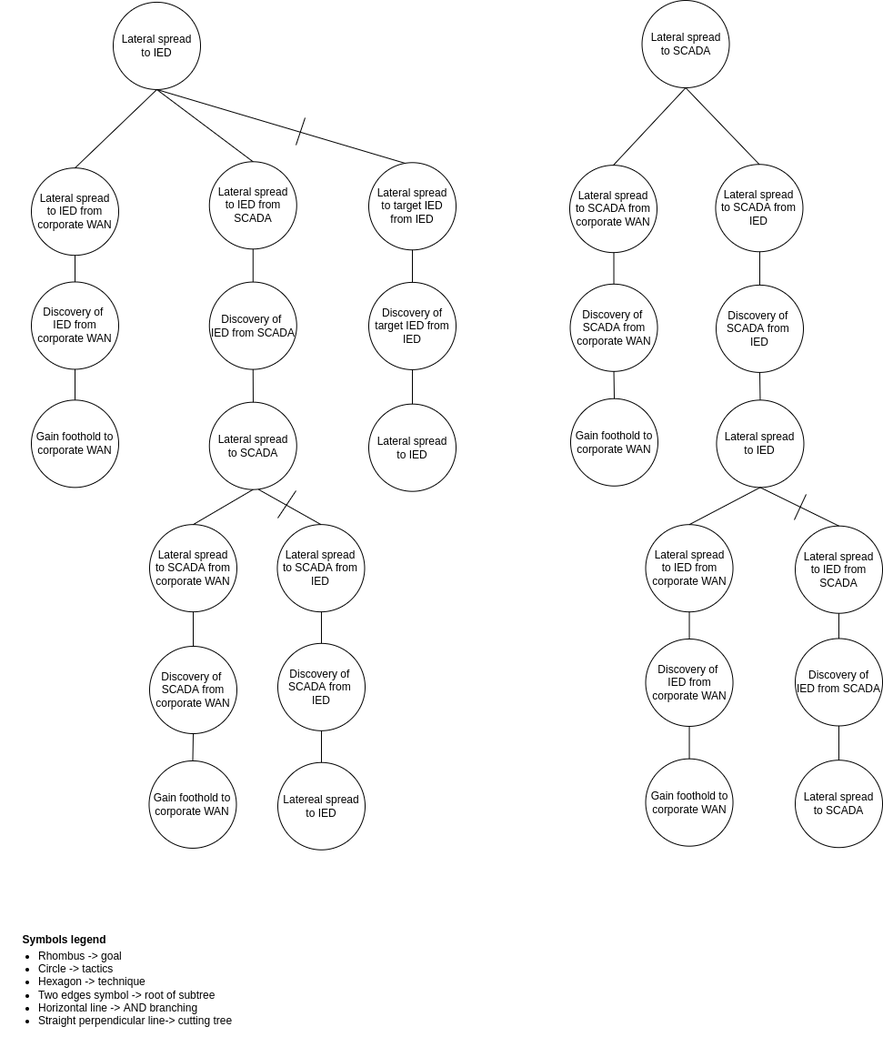
Above: drawIO_trees/solution_5_helper_trees_faulty_1.drawio.png in mihaelM/Attack_trees (draw.io), before the change. Source tidied: cells renumbered, new cells last; positions are measured from the earlier drawing's top-left corner, leaving out a move shared by most shapes.
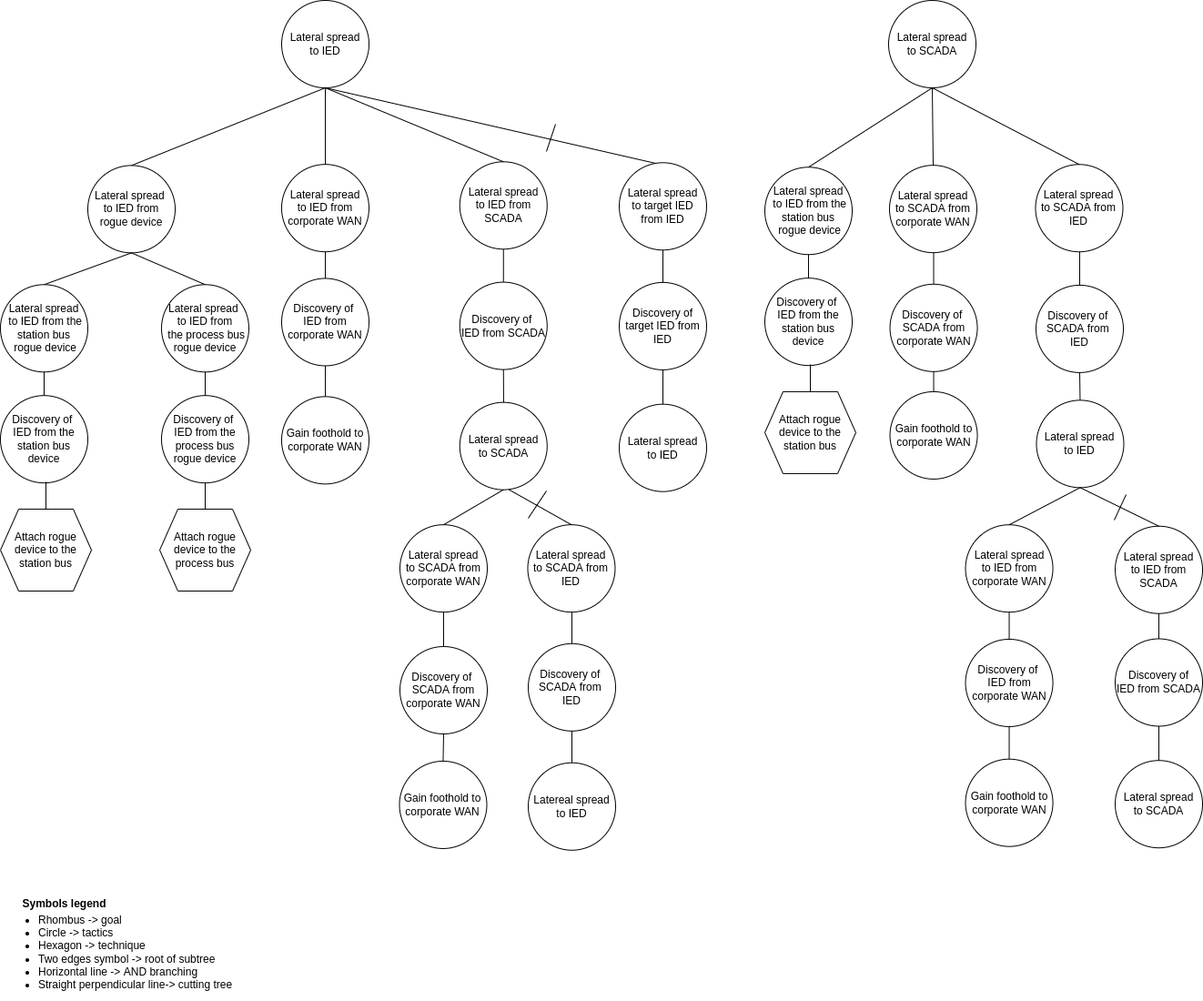
Above is the later version.

What changed in the source:
```diff
@@ -3,31 +3,31 @@
     <mxCell id="0" />
     <mxCell id="1" parent="0" />
     <mxCell id="2" value="&lt;font style=&quot;font-size: 12px&quot;&gt;Symbols legend&lt;/font&gt;" style="text;strokeColor=none;fillColor=none;html=1;fontSize=24;fontStyle=1;verticalAlign=middle;align=center;" parent="1" vertex="1">
-      <mxGeometry x="20" y="1009" width="100" height="40" as="geometry" />
+      <mxGeometry x="-255" y="969" width="100" height="40" as="geometry" />
     </mxCell>
     <mxCell id="3" value="&lt;ul&gt;&lt;li&gt;&lt;span&gt;Rhombus -&amp;gt; goal&lt;/span&gt;&lt;/li&gt;&lt;li&gt;&lt;span&gt;Circle -&amp;gt; tactics&lt;/span&gt;&lt;br&gt;&lt;/li&gt;&lt;li&gt;Hexagon -&amp;gt; technique&lt;/li&gt;&lt;li&gt;Two edges symbol -&amp;gt; root of subtree&lt;/li&gt;&lt;li&gt;Horizontal line -&amp;gt; AND branching&lt;/li&gt;&lt;li&gt;Straight perpendicular line-&amp;gt; cutting tree&lt;/li&gt;&lt;/ul&gt;" style="text;strokeColor=none;fillColor=none;html=1;whiteSpace=wrap;verticalAlign=middle;overflow=hidden;fontSize=12;" parent="1" vertex="1">
-      <mxGeometry y="1029" width="260" height="110" as="geometry" />
+      <mxGeometry x="-275" y="989" width="260" height="110" as="geometry" />
     </mxCell>
     <mxCell id="4" style="endArrow=none;html=1;rounded=0;exitX=0.5;exitY=0;exitDx=0;exitDy=0;" parent="1" edge="1" source="6" target="5">
       <mxGeometry relative="1" as="geometry" />
     </mxCell>
     <mxCell id="5" value="Lateral spread&lt;br&gt;to IED from corporate WAN" style="ellipse;whiteSpace=wrap;html=1;" parent="1" vertex="1">
-      <mxGeometry x="34" y="184.2" width="96" height="96" as="geometry" />
+      <mxGeometry x="34" y="180.2" width="96" height="96" as="geometry" />
     </mxCell>
     <mxCell id="6" value="Discovery of &lt;br&gt;IED from corporate WAN" style="ellipse;whiteSpace=wrap;html=1;" parent="1" vertex="1">
-      <mxGeometry x="34" y="309.5" width="96" height="96" as="geometry" />
+      <mxGeometry x="34" y="305.5" width="96" height="96" as="geometry" />
     </mxCell>
     <mxCell id="7" style="endArrow=none;html=1;rounded=0;entryX=0.5;entryY=1;entryDx=0;entryDy=0;" parent="1" edge="1" source="8" target="6">
       <mxGeometry relative="1" as="geometry" />
     </mxCell>
     <mxCell id="8" value="Gain foothold to corporate WAN" style="ellipse;whiteSpace=wrap;html=1;" parent="1" vertex="1">
-      <mxGeometry x="34" y="439.4" width="96" height="96" as="geometry" />
+      <mxGeometry x="34" y="435.4" width="96" height="96" as="geometry" />
     </mxCell>
     <mxCell id="9" style="endArrow=none;html=1;rounded=0;exitX=0.5;exitY=1;exitDx=0;exitDy=0;entryX=0.5;entryY=0;entryDx=0;entryDy=0;" parent="1" edge="1" source="10" target="5">
       <mxGeometry relative="1" as="geometry" />
     </mxCell>
     <mxCell id="10" value="Lateral spread&lt;br&gt;to IED" style="ellipse;whiteSpace=wrap;html=1;" parent="1" vertex="1">
-      <mxGeometry x="124" y="1.9" width="96" height="96" as="geometry" />
+      <mxGeometry x="34" width="96" height="96" as="geometry" />
     </mxCell>
     <mxCell id="11" style="endArrow=none;html=1;rounded=0;exitX=0.5;exitY=0;exitDx=0;exitDy=0;" parent="1" edge="1" source="13" target="12">
       <mxGeometry relative="1" as="geometry" />
@@ -65,37 +65,37 @@
     </mxCell>
     <mxCell id="21" style="endArrow=none;html=1;rounded=0;" parent="1" edge="1" source="23">
       <mxGeometry relative="1" as="geometry">
-        <mxPoint x="674.5" y="273" as="targetPoint" />
+        <mxPoint x="750.5" y="273" as="targetPoint" />
       </mxGeometry>
     </mxCell>
     <mxCell id="22" value="Lateral spread&lt;br&gt;to SCADA from corporate WAN" style="ellipse;whiteSpace=wrap;html=1;" parent="1" vertex="1">
-      <mxGeometry x="626" y="181.2" width="96" height="96" as="geometry" />
+      <mxGeometry x="702" y="181.2" width="96" height="96" as="geometry" />
     </mxCell>
     <mxCell id="23" value="Discovery of &lt;br&gt;SCADA from corporate WAN" style="ellipse;whiteSpace=wrap;html=1;" parent="1" vertex="1">
-      <mxGeometry x="626.5" y="311.8" width="96" height="96" as="geometry" />
+      <mxGeometry x="702.5" y="311.8" width="96" height="96" as="geometry" />
     </mxCell>
     <mxCell id="24" style="endArrow=none;html=1;rounded=0;entryX=0.5;entryY=1;entryDx=0;entryDy=0;exitX=0.5;exitY=0;exitDx=0;exitDy=0;" parent="1" edge="1" source="25" target="23">
       <mxGeometry relative="1" as="geometry" />
     </mxCell>
     <mxCell id="25" value="Gain foothold to corporate WAN" style="ellipse;whiteSpace=wrap;html=1;" parent="1" vertex="1">
-      <mxGeometry x="627" y="437.8" width="96" height="96" as="geometry" />
+      <mxGeometry x="702.5" y="430" width="96" height="96" as="geometry" />
     </mxCell>
     <mxCell id="26" value="Lateral spread&lt;br&gt;to SCADA" style="ellipse;whiteSpace=wrap;html=1;" parent="1" vertex="1">
-      <mxGeometry x="705.5" width="96" height="96" as="geometry" />
+      <mxGeometry x="701" width="96" height="96" as="geometry" />
     </mxCell>
     <mxCell id="27" style="endArrow=none;html=1;rounded=0;entryX=0.5;entryY=0;entryDx=0;entryDy=0;exitX=0.5;exitY=1;exitDx=0;exitDy=0;" parent="1" edge="1" source="26" target="22">
       <mxGeometry relative="1" as="geometry" />
     </mxCell>
     <mxCell id="28" style="endArrow=none;html=1;rounded=0;" parent="1" edge="1" source="30">
       <mxGeometry relative="1" as="geometry">
-        <mxPoint x="835" y="255.1" as="targetPoint" />
+        <mxPoint x="911" y="255.1" as="targetPoint" />
       </mxGeometry>
     </mxCell>
     <mxCell id="29" value="Lateral spread&lt;br&gt;to SCADA from IED" style="ellipse;whiteSpace=wrap;html=1;" parent="1" vertex="1">
-      <mxGeometry x="786.5" y="180.2" width="96" height="96" as="geometry" />
+      <mxGeometry x="862.5" y="180.2" width="96" height="96" as="geometry" />
     </mxCell>
     <mxCell id="30" value="Discovery of &lt;br&gt;SCADA from &lt;br&gt;IED" style="ellipse;whiteSpace=wrap;html=1;" parent="1" vertex="1">
-      <mxGeometry x="787" y="312.9" width="96" height="96" as="geometry" />
+      <mxGeometry x="863" y="312.9" width="96" height="96" as="geometry" />
     </mxCell>
     <mxCell id="31" style="endArrow=none;html=1;rounded=0;entryX=0.5;entryY=0;entryDx=0;entryDy=0;exitX=0.5;exitY=1;exitDx=0;exitDy=0;" parent="1" edge="1" source="26" target="29">
       <mxGeometry relative="1" as="geometry" />
@@ -104,16 +104,16 @@
       <mxGeometry relative="1" as="geometry" />
     </mxCell>
     <mxCell id="33" value="Discovery of &lt;br&gt;IED from corporate WAN" style="ellipse;whiteSpace=wrap;html=1;" parent="1" vertex="1">
-      <mxGeometry x="709.5" y="702" width="96" height="96" as="geometry" />
+      <mxGeometry x="785.5" y="702" width="96" height="96" as="geometry" />
     </mxCell>
     <mxCell id="34" style="endArrow=none;html=1;rounded=0;entryX=0.5;entryY=1;entryDx=0;entryDy=0;exitX=0.5;exitY=0;exitDx=0;exitDy=0;" parent="1" edge="1" source="35" target="33">
       <mxGeometry relative="1" as="geometry" />
     </mxCell>
     <mxCell id="35" value="Gain foothold to corporate WAN" style="ellipse;whiteSpace=wrap;html=1;" parent="1" vertex="1">
-      <mxGeometry x="709.5" y="833.7" width="96" height="96" as="geometry" />
+      <mxGeometry x="785.5" y="833.7" width="96" height="96" as="geometry" />
     </mxCell>
     <mxCell id="36" value="Lateral spread to&amp;nbsp;IED from corporate WAN" style="ellipse;whiteSpace=wrap;html=1;" parent="1" vertex="1">
-      <mxGeometry x="709.5" y="576.2" width="96" height="96" as="geometry" />
+      <mxGeometry x="785.5" y="576.2" width="96" height="96" as="geometry" />
     </mxCell>
     <mxCell id="37" style="endArrow=none;html=1;rounded=0;entryX=0.5;entryY=1;entryDx=0;entryDy=0;exitX=0.5;exitY=0;exitDx=0;exitDy=0;" parent="1" edge="1" source="33" target="36">
       <mxGeometry relative="1" as="geometry" />
@@ -147,22 +147,22 @@
       <mxGeometry x="305" y="837.8" width="96" height="96" as="geometry" />
     </mxCell>
     <mxCell id="46" value="Lateral spread to&amp;nbsp;IED" style="ellipse;whiteSpace=wrap;html=1;" parent="1" vertex="1">
-      <mxGeometry x="787.5" y="439.4" width="96" height="96" as="geometry" />
+      <mxGeometry x="863.5" y="439.4" width="96" height="96" as="geometry" />
     </mxCell>
     <mxCell id="47" style="endArrow=none;html=1;rounded=0;entryX=0.5;entryY=1;entryDx=0;entryDy=0;exitX=0.5;exitY=0;exitDx=0;exitDy=0;" parent="1" edge="1" source="36" target="46">
       <mxGeometry relative="1" as="geometry" />
     </mxCell>
     <mxCell id="48" value="Discovery of&lt;br&gt;IED from SCADA" style="ellipse;whiteSpace=wrap;html=1;" parent="1" vertex="1">
-      <mxGeometry x="874" y="701.5" width="96" height="96" as="geometry" />
+      <mxGeometry x="950" y="701.5" width="96" height="96" as="geometry" />
     </mxCell>
     <mxCell id="49" style="endArrow=none;html=1;rounded=0;entryX=0.5;entryY=1;entryDx=0;entryDy=0;exitX=0.5;exitY=0;exitDx=0;exitDy=0;" parent="1" edge="1" source="50" target="48">
       <mxGeometry relative="1" as="geometry" />
     </mxCell>
     <mxCell id="50" value="Lateral spread&lt;br&gt;to SCADA" style="ellipse;whiteSpace=wrap;html=1;" parent="1" vertex="1">
-      <mxGeometry x="874" y="835.2" width="96" height="96" as="geometry" />
+      <mxGeometry x="950" y="835.2" width="96" height="96" as="geometry" />
     </mxCell>
     <mxCell id="51" value="Lateral spread&lt;br&gt;to IED from SCADA" style="ellipse;whiteSpace=wrap;html=1;" parent="1" vertex="1">
-      <mxGeometry x="874" y="577.7" width="96" height="96" as="geometry" />
+      <mxGeometry x="950" y="577.7" width="96" height="96" as="geometry" />
     </mxCell>
     <mxCell id="52" style="endArrow=none;html=1;rounded=0;entryX=0.5;entryY=1;entryDx=0;entryDy=0;exitX=0.5;exitY=0;exitDx=0;exitDy=0;" parent="1" edge="1" source="48" target="51">
       <mxGeometry relative="1" as="geometry" />
@@ -198,15 +198,79 @@
     </mxCell>
     <mxCell id="61" style="endArrow=none;html=1;rounded=0;" parent="1" edge="1">
       <mxGeometry relative="1" as="geometry">
-        <mxPoint x="325" y="159" as="sourcePoint" />
-        <mxPoint x="335" y="129" as="targetPoint" />
+        <mxPoint x="325" y="166" as="sourcePoint" />
+        <mxPoint x="335" y="136" as="targetPoint" />
       </mxGeometry>
     </mxCell>
     <mxCell id="62" style="endArrow=none;html=1;rounded=0;" parent="1" edge="1">
       <mxGeometry relative="1" as="geometry">
-        <mxPoint x="873" y="571" as="sourcePoint" />
-        <mxPoint x="886" y="543" as="targetPoint" />
+        <mxPoint x="949" y="571" as="sourcePoint" />
+        <mxPoint x="962" y="543" as="targetPoint" />
       </mxGeometry>
     </mxCell>
+    <mxCell id="63" style="endArrow=none;html=1;rounded=0;entryX=0.5;entryY=0;entryDx=0;entryDy=0;exitX=0.5;exitY=1;exitDx=0;exitDy=0;" parent="1" edge="1" source="10" target="64">
+      <mxGeometry relative="1" as="geometry" />
+    </mxCell>
+    <mxCell id="64" value="Lateral spread &lt;br&gt;to IED from rogue device" style="ellipse;whiteSpace=wrap;html=1;" parent="1" vertex="1">
+      <mxGeometry x="-179" y="181.4" width="96" height="96" as="geometry" />
+    </mxCell>
+    <mxCell id="65" style="endArrow=none;html=1;rounded=0;exitX=0.5;exitY=0;exitDx=0;exitDy=0;entryX=0.5;entryY=1;entryDx=0;entryDy=0;" parent="1" edge="1" source="66" target="64">
+      <mxGeometry relative="1" as="geometry" />
+    </mxCell>
+    <mxCell id="66" value="Lateral spread&lt;br&gt;&amp;nbsp;to IED from the station bus&lt;br&gt;&amp;nbsp;rogue device" style="ellipse;whiteSpace=wrap;html=1;" parent="1" vertex="1">
+      <mxGeometry x="-275" y="312.3" width="96" height="96" as="geometry" />
+    </mxCell>
+    <mxCell id="67" style="endArrow=none;html=1;rounded=0;entryX=0.5;entryY=1;entryDx=0;entryDy=0;" parent="1" edge="1" source="68" target="66">
+      <mxGeometry relative="1" as="geometry" />
+    </mxCell>
+    <mxCell id="68" value="Discovery of &lt;br&gt;IED from the station bus device" style="ellipse;whiteSpace=wrap;html=1;" parent="1" vertex="1">
+      <mxGeometry x="-275" y="434.2" width="96" height="96" as="geometry" />
+    </mxCell>
+    <mxCell id="69" style="endArrow=none;html=1;rounded=0;exitX=0.5;exitY=0;exitDx=0;exitDy=0;entryX=0.5;entryY=1;entryDx=0;entryDy=0;" parent="1" edge="1" source="70" target="64">
+      <mxGeometry relative="1" as="geometry" />
+    </mxCell>
+    <mxCell id="70" value="Lateral spread &lt;br&gt;to IED from&lt;br&gt;&amp;nbsp;the process bus rogue device" style="ellipse;whiteSpace=wrap;html=1;" parent="1" vertex="1">
+      <mxGeometry x="-98" y="312.3" width="96" height="96" as="geometry" />
+    </mxCell>
+    <mxCell id="71" style="endArrow=none;html=1;rounded=0;entryX=0.5;entryY=1;entryDx=0;entryDy=0;" parent="1" edge="1" source="72" target="70">
+      <mxGeometry relative="1" as="geometry" />
+    </mxCell>
+    <mxCell id="72" value="Discovery of &lt;br&gt;IED from the&lt;br&gt;process bus rogue device" style="ellipse;whiteSpace=wrap;html=1;" parent="1" vertex="1">
+      <mxGeometry x="-98" y="434.2" width="96" height="96" as="geometry" />
+    </mxCell>
+    <mxCell id="73" value="Attach rogue device to the station bus" style="shape=hexagon;perimeter=hexagonPerimeter2;whiteSpace=wrap;html=1;fixedSize=1;" parent="1" vertex="1">
+      <mxGeometry x="-275" y="559" width="100" height="90" as="geometry" />
+    </mxCell>
+    <mxCell id="74" value="Attach rogue device to the process bus" style="shape=hexagon;perimeter=hexagonPerimeter2;whiteSpace=wrap;html=1;fixedSize=1;" parent="1" vertex="1">
+      <mxGeometry x="-100" y="559" width="100" height="90" as="geometry" />
+    </mxCell>
+    <mxCell id="75" style="endArrow=none;html=1;rounded=0;" parent="1" edge="1" source="73">
+      <mxGeometry relative="1" as="geometry">
+        <mxPoint x="-225" y="529" as="targetPoint" />
+      </mxGeometry>
+    </mxCell>
+    <mxCell id="76" style="endArrow=none;html=1;rounded=0;entryX=0.5;entryY=1;entryDx=0;entryDy=0;exitX=0.5;exitY=0;exitDx=0;exitDy=0;" parent="1" edge="1" source="74" target="72">
+      <mxGeometry relative="1" as="geometry" />
+    </mxCell>
+    <mxCell id="77" style="endArrow=none;html=1;rounded=0;entryX=0.5;entryY=0;entryDx=0;entryDy=0;exitX=0.5;exitY=1;exitDx=0;exitDy=0;" parent="1" edge="1" source="26" target="78">
+      <mxGeometry relative="1" as="geometry" />
+    </mxCell>
+    <mxCell id="78" value="Lateral spread&lt;br&gt;&amp;nbsp;to IED from the station bus&lt;br&gt;&amp;nbsp;rogue device" style="ellipse;whiteSpace=wrap;html=1;" parent="1" vertex="1">
+      <mxGeometry x="565" y="183.2" width="96" height="96" as="geometry" />
+    </mxCell>
+    <mxCell id="79" style="endArrow=none;html=1;rounded=0;entryX=0.5;entryY=1;entryDx=0;entryDy=0;" parent="1" edge="1" source="80" target="78">
+      <mxGeometry relative="1" as="geometry" />
+    </mxCell>
+    <mxCell id="80" value="Discovery of &lt;br&gt;IED from the station bus device" style="ellipse;whiteSpace=wrap;html=1;" parent="1" vertex="1">
+      <mxGeometry x="565" y="305.1" width="96" height="96" as="geometry" />
+    </mxCell>
+    <mxCell id="81" value="Attach rogue device to the station bus" style="shape=hexagon;perimeter=hexagonPerimeter2;whiteSpace=wrap;html=1;fixedSize=1;" parent="1" vertex="1">
+      <mxGeometry x="565" y="430" width="100" height="90" as="geometry" />
+    </mxCell>
+    <mxCell id="82" style="endArrow=none;html=1;rounded=0;" parent="1" edge="1" source="81">
+      <mxGeometry relative="1" as="geometry">
+        <mxPoint x="615" y="400" as="targetPoint" />
+      </mxGeometry>
+    </mxCell>
   </root>
 </mxGraphModel>
```
